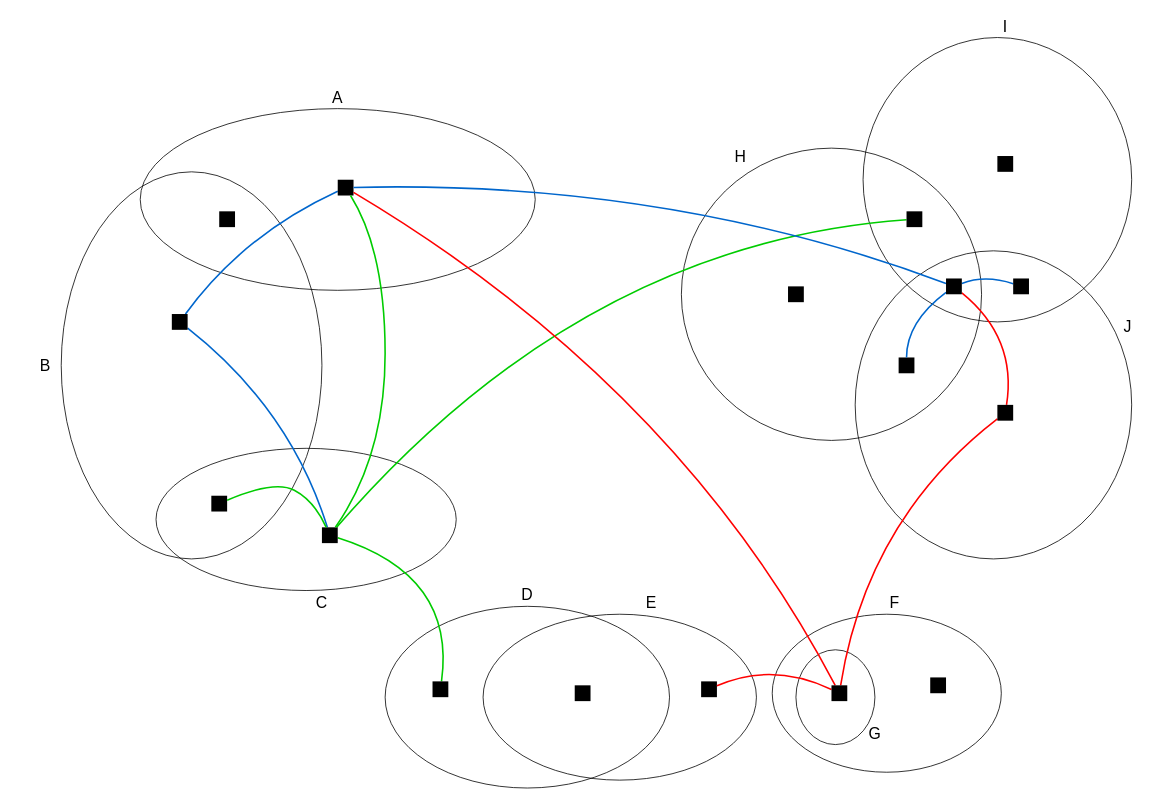
The draw.io diagram Untitled Diagram.drawio in nikus-pan/TestProject, before the edit. Source tidied: cells renumbered, new cells numbered last; positions are measured from the earlier drawing's top-left corner, leaving out a move shared by most shapes. Both pictures are drawn from the tidied source at 79%, with x=0, y=0 at pixel (13, 13).
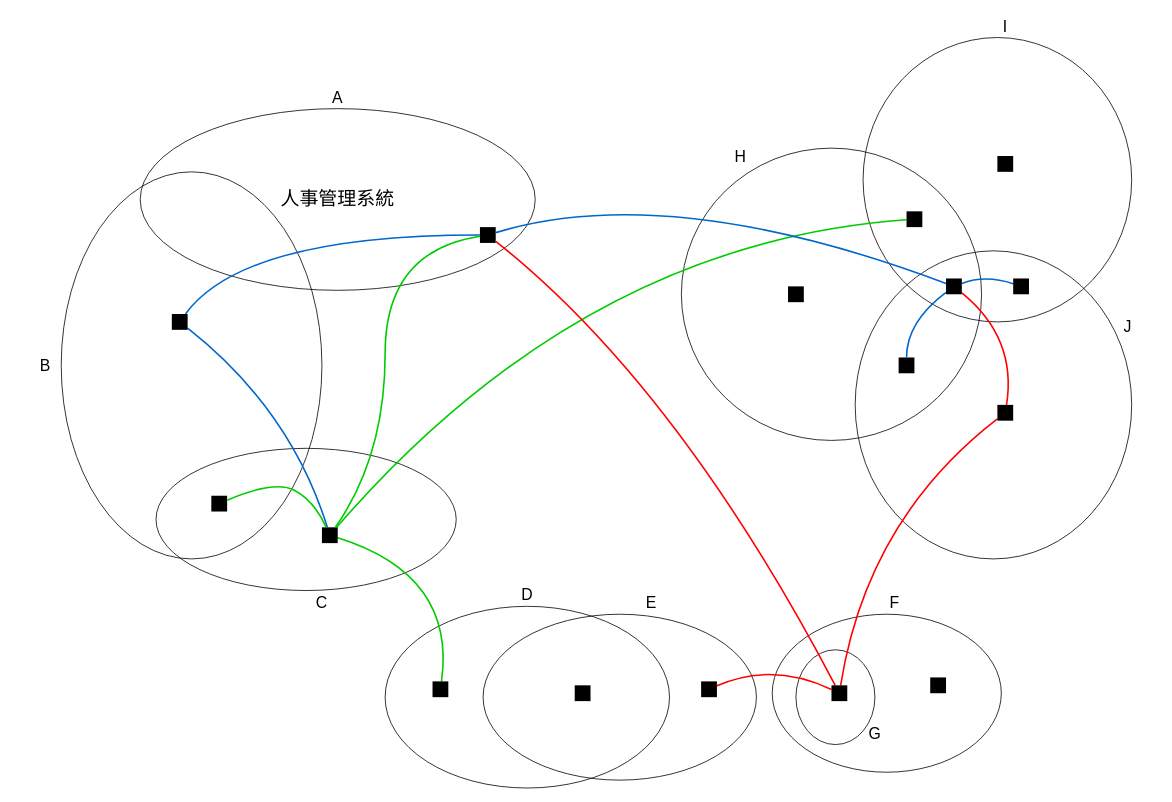
After the change.

The edit, as a diff of the source:
```diff
@@
-    <mxCell id="2" style="ellipse;whiteSpace=wrap;html=1;rounded=0;shadow=0;strokeWidth=1;fillColor=none;fontSize=24;align=right;" parent="1" vertex="1">
+    <mxCell id="2" value="&lt;div&gt;&lt;span&gt;人事管理系統&lt;/span&gt;&lt;/div&gt;" style="ellipse;whiteSpace=wrap;html=1;rounded=0;shadow=0;strokeWidth=1;fillColor=none;fontSize=24;align=center;" parent="1" vertex="1">
       <mxGeometry x="160" y="120" width="500" height="230" as="geometry" />
     </mxCell>
@@
     <mxCell id="13" style="whiteSpace=wrap;html=1;rounded=0;shadow=0;strokeWidth=1;fillColor=#000000;fontSize=24;align=right;strokeColor=none;" parent="1" vertex="1">
-      <mxGeometry x="410" y="210" width="20" height="20" as="geometry" />
+      <mxGeometry x="590" y="270" width="20" height="20" as="geometry" />
     </mxCell>
-    <mxCell id="14" style="whiteSpace=wrap;html=1;rounded=0;shadow=0;strokeWidth=1;fillColor=#000000;fontSize=24;align=right;strokeColor=none;" parent="1" vertex="1">
-      <mxGeometry x="260" y="250" width="20" height="20" as="geometry" />
-    </mxCell>
```
